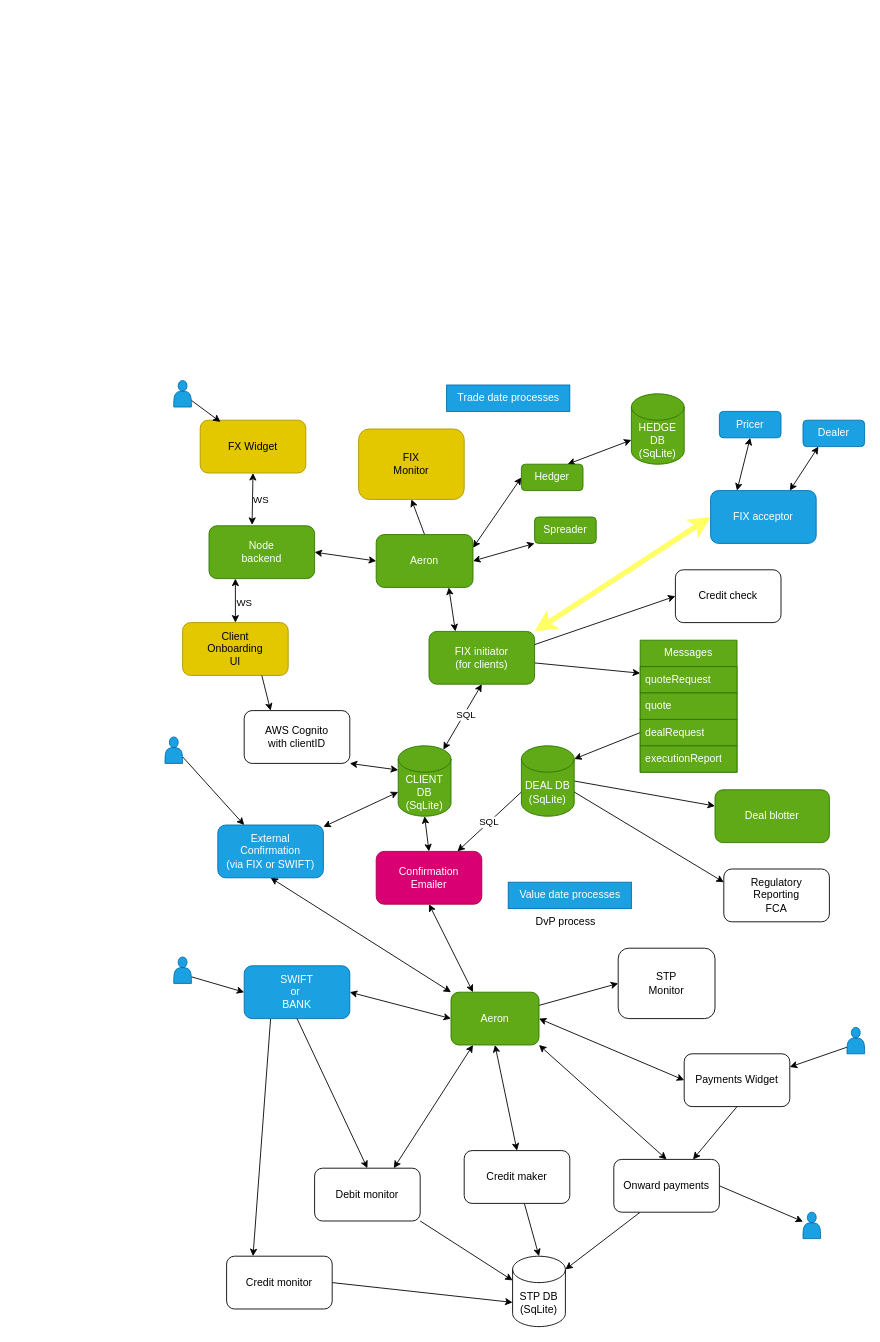
This is arch.drawio from rupweb/ws-front-end, a draw.io file, before an edit. Source tidied: cells renumbered, new cells numbered last; positions are measured from the earlier drawing's top-left corner, leaving out a move shared by most shapes. Both pictures are drawn from the tidied source at 88%, with x=0, y=0 at pixel (165, 380).
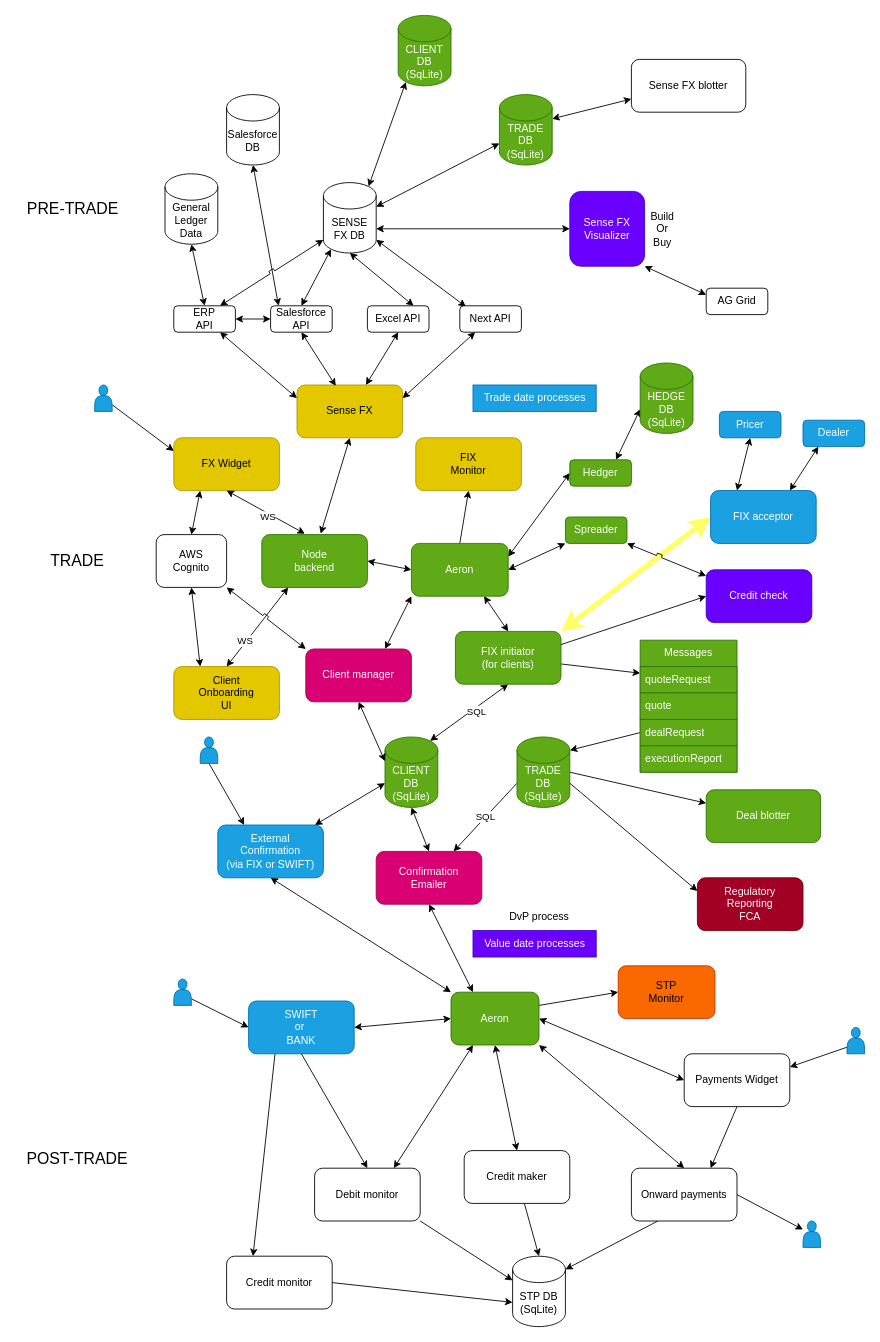
The same page after the edit.

Unchanged cells that the change refers to:
```xml
<mxCell id="73" style="endArrow=classic;startArrow=classic;html=1;entryX=0.5;entryY=0;entryDx=0;entryDy=0;exitX=0.25;exitY=1;exitDx=0;exitDy=0;" parent="1" edge="1" source="4" target="8">
  <mxGeometry relative="1" as="geometry" />
</mxCell>
<mxCell id="77" value="External&lt;br&gt;Confirmation&lt;br&gt;(via FIX or SWIFT)" style="rounded=1;whiteSpace=wrap;html=1;fillColor=#1ba1e2;fontColor=#ffffff;strokeColor=#006EAF;" parent="1" vertex="1">
  <mxGeometry x="60" y="505" width="120" height="60" as="geometry" />
</mxCell>
```

Diff of the diagram source:
```diff
@@
     <mxCell id="2" value="FX Widget" style="rounded=1;whiteSpace=wrap;html=1;fillColor=#e3c800;fontColor=#000000;strokeColor=#B09500;" parent="1" vertex="1">
-      <mxGeometry x="40" y="45" width="120" height="60" as="geometry" />
+      <mxGeometry x="10" y="65" width="120" height="60" as="geometry" />
     </mxCell>
@@
+    <mxCell id="89" style="edgeStyle=none;html=1;entryX=0.75;entryY=0;entryDx=0;entryDy=0;startArrow=classic;startFill=1;exitX=0;exitY=1;exitDx=0;exitDy=0;" parent="1" edge="1" source="12" target="88">
+      <mxGeometry relative="1" as="geometry" />
+    </mxCell>
     <mxCell id="4" value="Node&lt;br&gt;backend" style="rounded=1;whiteSpace=wrap;html=1;fillColor=#60a917;fontColor=#ffffff;strokeColor=#2D7600;" parent="1" vertex="1">
-      <mxGeometry x="50" y="165" width="120" height="60" as="geometry" />
+      <mxGeometry x="110" y="175" width="120" height="60" as="geometry" />
     </mxCell>
@@
     <mxCell id="8" value="Client&lt;br&gt;Onboarding&lt;br&gt;UI" style="rounded=1;whiteSpace=wrap;html=1;fillColor=#e3c800;fontColor=#000000;strokeColor=#B09500;" parent="1" vertex="1">
-      <mxGeometry x="20" y="275" width="120" height="60" as="geometry" />
+      <mxGeometry x="10" y="325" width="120" height="60" as="geometry" />
     </mxCell>
@@
-    <mxCell id="10" style="edgeStyle=none;html=1;exitX=0.75;exitY=1;exitDx=0;exitDy=0;entryX=0.25;entryY=0;entryDx=0;entryDy=0;startArrow=classic;startFill=1;" parent="1" edge="1" source="12" target="22">
+    <mxCell id="10" style="edgeStyle=none;html=1;exitX=0.75;exitY=1;exitDx=0;exitDy=0;entryX=0.5;entryY=0;entryDx=0;entryDy=0;startArrow=classic;startFill=1;" parent="1" edge="1" source="12" target="22">
       <mxGeometry relative="1" as="geometry" />
     </mxCell>
@@
     <mxCell id="12" value="Aeron" style="rounded=1;whiteSpace=wrap;html=1;strokeColor=#2D7600;fillColor=#60a917;fontColor=#ffffff;" parent="1" vertex="1">
-      <mxGeometry x="240" y="175" width="110" height="60" as="geometry" />
+      <mxGeometry x="280" y="185" width="110" height="60" as="geometry" />
     </mxCell>
     <mxCell id="13" value="CLIENT DB&lt;br&gt;(SqLite)" style="shape=cylinder3;whiteSpace=wrap;html=1;boundedLbl=1;backgroundOutline=1;size=15;fillColor=#60a917;fontColor=#ffffff;strokeColor=#2D7600;" parent="1" vertex="1">
-      <mxGeometry x="265" y="415" width="60" height="80" as="geometry" />
+      <mxGeometry x="250" y="405" width="60" height="80" as="geometry" />
     </mxCell>
     <mxCell id="14" value="FIX&lt;br&gt;Monitor" style="rounded=1;whiteSpace=wrap;html=1;fillColor=#e3c800;fontColor=#000000;strokeColor=#B09500;" parent="1" vertex="1">
-      <mxGeometry x="220" y="55" width="120" height="80" as="geometry" />
+      <mxGeometry x="285" y="65" width="120" height="60" as="geometry" />
     </mxCell>
-    <mxCell id="15" value="Credit check" style="rounded=1;whiteSpace=wrap;html=1;" parent="1" vertex="1">
-      <mxGeometry x="580" y="215" width="120" height="60" as="geometry" />
+    <mxCell id="15" value="Credit check" style="rounded=1;whiteSpace=wrap;html=1;fillColor=#6a00ff;fontColor=#ffffff;strokeColor=#3700CC;" parent="1" vertex="1">
+      <mxGeometry x="615" y="215" width="120" height="60" as="geometry" />
     </mxCell>
@@
     <mxCell id="19" value="Deal blotter" style="rounded=1;whiteSpace=wrap;html=1;fillColor=#60a917;fontColor=#ffffff;strokeColor=#2D7600;" parent="1" vertex="1">
-      <mxGeometry x="625" y="465" width="130" height="60" as="geometry" />
+      <mxGeometry x="615" y="465" width="130" height="60" as="geometry" />
     </mxCell>
@@
     <mxCell id="22" value="FIX initiator&lt;br&gt;(for clients)" style="rounded=1;whiteSpace=wrap;html=1;fillColor=#60a917;fontColor=#ffffff;strokeColor=#2D7600;" parent="1" vertex="1">
-      <mxGeometry x="300" y="285" width="120" height="60" as="geometry" />
+      <mxGeometry x="330" y="285" width="120" height="60" as="geometry" />
     </mxCell>
@@
     <mxCell id="28" value="Trade date processes" style="text;html=1;align=center;verticalAlign=middle;strokeColor=#006EAF;fillColor=#1ba1e2;fontColor=#ffffff;" parent="1" vertex="1">
-      <mxGeometry x="320" y="5" width="140" height="30" as="geometry" />
+      <mxGeometry x="350" y="5" width="140" height="30" as="geometry" />
     </mxCell>
-    <mxCell id="29" value="Value date processes" style="text;html=1;align=center;verticalAlign=middle;strokeColor=#006EAF;fillColor=#1ba1e2;fontColor=#ffffff;" parent="1" vertex="1">
-      <mxGeometry x="390" y="570" width="140" height="30" as="geometry" />
+    <mxCell id="29" value="Value date processes" style="text;html=1;align=center;verticalAlign=middle;strokeColor=#3700CC;fillColor=#6a00ff;fontColor=#ffffff;" parent="1" vertex="1">
+      <mxGeometry x="350" y="625" width="140" height="30" as="geometry" />
     </mxCell>
@@
     <mxCell id="33" value="SWIFT&lt;br&gt;or&amp;nbsp;&lt;br&gt;BANK" style="rounded=1;whiteSpace=wrap;html=1;fillColor=#1ba1e2;fontColor=#ffffff;strokeColor=#006EAF;" parent="1" vertex="1">
-      <mxGeometry x="90" y="665" width="120" height="60" as="geometry" />
+      <mxGeometry x="95" y="705" width="120" height="60" as="geometry" />
     </mxCell>
@@
-    <mxCell id="40" value="STP&lt;br&gt;Monitor" style="rounded=1;whiteSpace=wrap;html=1;" parent="1" vertex="1">
-      <mxGeometry x="515" y="645" width="110" height="80" as="geometry" />
+    <mxCell id="40" value="STP&lt;br&gt;Monitor" style="rounded=1;whiteSpace=wrap;html=1;fillColor=#fa6800;fontColor=#000000;strokeColor=#C73500;" parent="1" vertex="1">
+      <mxGeometry x="515" y="665" width="110" height="60" as="geometry" />
     </mxCell>
@@
     <mxCell id="46" value="DvP process" style="text;html=1;align=center;verticalAlign=middle;strokeColor=none;fillColor=none;" parent="1" vertex="1">
-      <mxGeometry x="410" y="600" width="90" height="30" as="geometry" />
+      <mxGeometry x="380" y="595" width="90" height="30" as="geometry" />
     </mxCell>
-    <mxCell id="47" value="Regulatory&lt;br&gt;Reporting&lt;br&gt;FCA" style="rounded=1;whiteSpace=wrap;html=1;" parent="1" vertex="1">
-      <mxGeometry x="635" y="555" width="120" height="60" as="geometry" />
+    <mxCell id="47" value="Regulatory&lt;br&gt;Reporting&lt;br&gt;FCA" style="rounded=1;whiteSpace=wrap;html=1;fillColor=#a20025;fontColor=#ffffff;strokeColor=#6F0000;" parent="1" vertex="1">
+      <mxGeometry x="605" y="565" width="120" height="60" as="geometry" />
     </mxCell>
@@
-    <mxCell id="49" value="DEAL DB&lt;br&gt;(SqLite)" style="shape=cylinder3;whiteSpace=wrap;html=1;boundedLbl=1;backgroundOutline=1;size=15;fillColor=#60a917;fontColor=#ffffff;strokeColor=#2D7600;" parent="1" vertex="1">
-      <mxGeometry x="405" y="415" width="60" height="80" as="geometry" />
+    <mxCell id="49" value="TRADE DB&lt;br&gt;(SqLite)" style="shape=cylinder3;whiteSpace=wrap;html=1;boundedLbl=1;backgroundOutline=1;size=15;fillColor=#60a917;fontColor=#ffffff;strokeColor=#2D7600;" parent="1" vertex="1">
+      <mxGeometry x="400" y="405" width="60" height="80" as="geometry" />
     </mxCell>
@@
+    <mxCell id="90" style="edgeStyle=none;jumpStyle=sharp;html=1;exitX=1;exitY=1;exitDx=0;exitDy=0;entryX=0;entryY=0.117;entryDx=0;entryDy=0;entryPerimeter=0;startArrow=classic;startFill=1;" parent="1" edge="1" source="51" target="15">
+      <mxGeometry relative="1" as="geometry" />
+    </mxCell>
     <mxCell id="51" value="Spreader" style="rounded=1;whiteSpace=wrap;html=1;fillColor=#60a917;fontColor=#ffffff;strokeColor=#2D7600;" parent="1" vertex="1">
-      <mxGeometry x="420" y="155" width="70" height="30" as="geometry" />
+      <mxGeometry x="455" y="155" width="70" height="30" as="geometry" />
     </mxCell>
@@
     <mxCell id="54" value="Hedger" style="rounded=1;whiteSpace=wrap;html=1;fillColor=#60a917;fontColor=#ffffff;strokeColor=#2D7600;" parent="1" vertex="1">
-      <mxGeometry x="405" y="95" width="70" height="30" as="geometry" />
+      <mxGeometry x="460" y="90" width="70" height="30" as="geometry" />
     </mxCell>
     <mxCell id="55" value="HEDGE DB&lt;br&gt;(SqLite)" style="shape=cylinder3;whiteSpace=wrap;html=1;boundedLbl=1;backgroundOutline=1;size=15;fillColor=#60a917;fontColor=#ffffff;strokeColor=#2D7600;" parent="1" vertex="1">
-      <mxGeometry x="530" y="15" width="60" height="80" as="geometry" />
+      <mxGeometry x="540" y="-20" width="60" height="80" as="geometry" />
     </mxCell>
@@
     <mxCell id="60" style="shape=actor;whiteSpace=wrap;html=1;fillColor=#1ba1e2;fontColor=#ffffff;strokeColor=#006EAF;" parent="1" vertex="1">
-      <mxGeometry x="10" y="655" width="20" height="30" as="geometry" />
+      <mxGeometry x="10" y="680" width="20" height="30" as="geometry" />
     </mxCell>
-    <mxCell id="61" style="edgeStyle=none;html=1;exitX=1;exitY=0.75;exitDx=0;exitDy=0;entryX=0.192;entryY=0.033;entryDx=0;entryDy=0;startArrow=none;startFill=0;entryPerimeter=0;" parent="1" edge="1" source="62" target="2">
+    <mxCell id="61" style="edgeStyle=none;html=1;exitX=1;exitY=0.75;exitDx=0;exitDy=0;entryX=0;entryY=0.25;entryDx=0;entryDy=0;startArrow=none;startFill=0;" parent="1" edge="1" source="62" target="2">
       <mxGeometry relative="1" as="geometry" />
     </mxCell>
     <mxCell id="62" style="shape=actor;whiteSpace=wrap;html=1;fillColor=#1ba1e2;fontColor=#ffffff;strokeColor=#006EAF;" parent="1" vertex="1">
-      <mxGeometry x="10" width="20" height="30" as="geometry" />
+      <mxGeometry x="-80" y="5" width="20" height="30" as="geometry" />
     </mxCell>
@@
     <mxCell id="66" value="Onward payments" style="rounded=1;whiteSpace=wrap;html=1;" parent="1" vertex="1">
-      <mxGeometry x="510" y="885" width="120" height="60" as="geometry" />
+      <mxGeometry x="530" y="895" width="120" height="60" as="geometry" />
     </mxCell>
@@
     <mxCell id="72" style="shape=actor;whiteSpace=wrap;html=1;fillColor=#1ba1e2;fontColor=#ffffff;strokeColor=#006EAF;" parent="1" vertex="1">
-      <mxGeometry x="725" y="945" width="20" height="30" as="geometry" />
+      <mxGeometry x="725" y="955" width="20" height="30" as="geometry" />
     </mxCell>
@@
     <mxCell id="74" value="WS" style="edgeLabel;html=1;align=center;verticalAlign=middle;" parent="73" vertex="1">
       <mxGeometry x="-0.2" y="-3" relative="1" as="geometry">
-        <mxPoint x="12" y="7" as="offset" />
+        <mxPoint x="-19" y="26" as="offset" />
       </mxGeometry>
     </mxCell>
@@
-    <mxCell id="78" style="edgeStyle=none;html=1;exitX=1;exitY=0.75;exitDx=0;exitDy=0;entryX=0.25;entryY=0;entryDx=0;entryDy=0;fontColor=#000000;startArrow=none;startFill=0;" parent="1" edge="1" source="79" target="77">
+    <mxCell id="78" style="edgeStyle=none;html=1;exitX=0.5;exitY=1;exitDx=0;exitDy=0;entryX=0.25;entryY=0;entryDx=0;entryDy=0;fontColor=#000000;startArrow=none;startFill=0;" parent="1" edge="1" source="79" target="77">
       <mxGeometry relative="1" as="geometry" />
     </mxCell>
     <mxCell id="79" style="shape=actor;whiteSpace=wrap;html=1;fillColor=#1ba1e2;fontColor=#ffffff;strokeColor=#006EAF;" parent="1" vertex="1">
-      <mxGeometry y="405" width="20" height="30" as="geometry" />
+      <mxGeometry x="40" y="405" width="20" height="30" as="geometry" />
     </mxCell>
@@
-    <mxCell id="86" style="edgeStyle=none;html=1;exitX=0.75;exitY=1;exitDx=0;exitDy=0;entryX=0.25;entryY=0;entryDx=0;entryDy=0;fontColor=#000000;startArrow=none;startFill=0;endArrow=classic;endFill=1;" parent="1" edge="1" source="8" target="88">
-      <mxGeometry relative="1" as="geometry" />
-    </mxCell>
-    <mxCell id="87" style="edgeStyle=none;html=1;exitX=1;exitY=1;exitDx=0;exitDy=0;entryX=0;entryY=0;entryDx=0;entryDy=27.5;entryPerimeter=0;fontColor=#FFFFFF;startArrow=classic;startFill=1;endArrow=classic;endFill=1;" parent="1" edge="1" source="88" target="13">
+    <mxCell id="87" style="edgeStyle=none;html=1;exitX=0.5;exitY=1;exitDx=0;exitDy=0;entryX=0;entryY=0;entryDx=0;entryDy=27.5;entryPerimeter=0;fontColor=#FFFFFF;startArrow=classic;startFill=1;endArrow=classic;endFill=1;" parent="1" edge="1" source="88" target="13">
       <mxGeometry relative="1" as="geometry" />
     </mxCell>
+    <mxCell id="91" style="edgeStyle=none;html=1;exitX=0;exitY=0;exitDx=0;exitDy=0;entryX=1;entryY=1;entryDx=0;entryDy=0;startArrow=classic;startFill=1;jumpStyle=sharp;" parent="1" edge="1" source="88" target="94">
+      <mxGeometry relative="1" as="geometry" />
+    </mxCell>
-    <mxCell id="88" value="AWS Cognito&lt;br&gt;with clientID" style="rounded=1;whiteSpace=wrap;html=1;" parent="1" vertex="1">
-      <mxGeometry x="90" y="375" width="120" height="60" as="geometry" />
+    <mxCell id="88" value="Client manager" style="rounded=1;whiteSpace=wrap;html=1;fillColor=#d80073;fontColor=#ffffff;strokeColor=#A50040;" parent="1" vertex="1">
+      <mxGeometry x="160" y="305" width="120" height="60" as="geometry" />
     </mxCell>
+    <mxCell id="92" style="edgeStyle=none;html=1;exitX=0.5;exitY=0;exitDx=0;exitDy=0;entryX=0.25;entryY=1;entryDx=0;entryDy=0;startArrow=classic;startFill=1;" parent="1" edge="1" source="94" target="2">
+      <mxGeometry relative="1" as="geometry" />
+    </mxCell>
+    <mxCell id="93" style="edgeStyle=none;html=1;exitX=0.5;exitY=1;exitDx=0;exitDy=0;entryX=0.25;entryY=0;entryDx=0;entryDy=0;startArrow=classic;startFill=1;" parent="1" edge="1" source="94" target="8">
+      <mxGeometry relative="1" as="geometry" />
+    </mxCell>
+    <mxCell id="94" value="AWS&lt;br&gt;Cognito" style="rounded=1;whiteSpace=wrap;html=1;" parent="1" vertex="1">
+      <mxGeometry x="-10" y="175" width="80" height="60" as="geometry" />
+    </mxCell>
+    <mxCell id="95" style="edgeStyle=none;jumpStyle=sharp;html=1;exitX=0.5;exitY=1;exitDx=0;exitDy=0;entryX=0.558;entryY=-0.017;entryDx=0;entryDy=0;entryPerimeter=0;startArrow=classic;startFill=1;" parent="1" edge="1" source="96" target="4">
+      <mxGeometry relative="1" as="geometry" />
+    </mxCell>
+    <mxCell id="96" value="Sense FX" style="rounded=1;whiteSpace=wrap;html=1;fillColor=#e3c800;fontColor=#000000;strokeColor=#B09500;" parent="1" vertex="1">
+      <mxGeometry x="150" y="5" width="120" height="60" as="geometry" />
+    </mxCell>
+    <mxCell id="97" style="edgeStyle=none;jumpStyle=sharp;html=1;exitX=0.75;exitY=0;exitDx=0;exitDy=0;entryX=0.5;entryY=1;entryDx=0;entryDy=0;entryPerimeter=0;startArrow=classic;startFill=1;" parent="1" edge="1" source="99" target="106">
+      <mxGeometry relative="1" as="geometry" />
+    </mxCell>
+    <mxCell id="98" style="edgeStyle=none;jumpStyle=sharp;html=1;exitX=0.5;exitY=1;exitDx=0;exitDy=0;startArrow=classic;startFill=1;" parent="1" edge="1" source="99" target="96">
+      <mxGeometry relative="1" as="geometry" />
+    </mxCell>
+    <mxCell id="99" value="Excel API" style="rounded=1;whiteSpace=wrap;html=1;" parent="1" vertex="1">
+      <mxGeometry x="230" y="-85" width="70" height="30" as="geometry" />
+    </mxCell>
+    <mxCell id="100" style="edgeStyle=none;jumpStyle=sharp;html=1;exitX=0.5;exitY=0;exitDx=0;exitDy=0;entryX=0.145;entryY=1;entryDx=0;entryDy=-4.35;entryPerimeter=0;startArrow=classic;startFill=1;" parent="1" edge="1" source="103" target="106">
+      <mxGeometry relative="1" as="geometry" />
+    </mxCell>
+    <mxCell id="101" style="edgeStyle=none;jumpStyle=sharp;html=1;exitX=0.5;exitY=1;exitDx=0;exitDy=0;entryX=0.367;entryY=0.017;entryDx=0;entryDy=0;entryPerimeter=0;startArrow=classic;startFill=1;" parent="1" edge="1" source="103" target="96">
+      <mxGeometry relative="1" as="geometry" />
+    </mxCell>
+    <mxCell id="102" style="edgeStyle=none;jumpStyle=sharp;html=1;startArrow=classic;startFill=1;" parent="1" edge="1" source="103" target="118">
+      <mxGeometry relative="1" as="geometry" />
+    </mxCell>
+    <mxCell id="103" value="Salesforce API" style="rounded=1;whiteSpace=wrap;html=1;" parent="1" vertex="1">
+      <mxGeometry x="120" y="-85" width="70" height="30" as="geometry" />
+    </mxCell>
+    <mxCell id="104" style="edgeStyle=none;jumpStyle=sharp;html=1;exitX=1;exitY=0;exitDx=0;exitDy=27.5;exitPerimeter=0;startArrow=classic;startFill=1;" parent="1" edge="1" source="106" target="115">
+      <mxGeometry relative="1" as="geometry" />
+    </mxCell>
+    <mxCell id="105" style="edgeStyle=none;jumpStyle=sharp;html=1;exitX=1;exitY=1;exitDx=0;exitDy=-15;exitPerimeter=0;entryX=0.1;entryY=0.033;entryDx=0;entryDy=0;entryPerimeter=0;startArrow=classic;startFill=1;" parent="1" edge="1" source="106" target="120">
+      <mxGeometry relative="1" as="geometry" />
+    </mxCell>
+    <mxCell id="106" value="SENSE&lt;br&gt;FX DB" style="shape=cylinder3;whiteSpace=wrap;html=1;boundedLbl=1;backgroundOutline=1;size=15;" parent="1" vertex="1">
+      <mxGeometry x="180" y="-225" width="60" height="80" as="geometry" />
+    </mxCell>
+    <mxCell id="107" style="edgeStyle=none;jumpStyle=sharp;html=1;exitX=0.5;exitY=1;exitDx=0;exitDy=0;exitPerimeter=0;entryX=0.129;entryY=0;entryDx=0;entryDy=0;entryPerimeter=0;startArrow=classic;startFill=1;" parent="1" edge="1" source="108" target="103">
+      <mxGeometry relative="1" as="geometry" />
+    </mxCell>
+    <mxCell id="108" value="Salesforce&lt;br&gt;DB" style="shape=cylinder3;whiteSpace=wrap;html=1;boundedLbl=1;backgroundOutline=1;size=15;" parent="1" vertex="1">
+      <mxGeometry x="70" y="-325" width="60" height="80" as="geometry" />
+    </mxCell>
+    <mxCell id="109" style="edgeStyle=none;jumpStyle=sharp;html=1;exitX=0;exitY=0.5;exitDx=0;exitDy=0;entryX=1;entryY=0;entryDx=0;entryDy=52.5;entryPerimeter=0;startArrow=classic;startFill=1;" parent="1" edge="1" source="110" target="106">
+      <mxGeometry relative="1" as="geometry" />
+    </mxCell>
+    <mxCell id="110" value="Sense FX&lt;br&gt;Visualizer" style="rounded=1;whiteSpace=wrap;html=1;fillColor=#6a00ff;fontColor=#ffffff;strokeColor=#3700CC;" parent="1" vertex="1">
+      <mxGeometry x="460" y="-215" width="85" height="85" as="geometry" />
+    </mxCell>
+    <mxCell id="111" value="Sense FX blotter" style="rounded=1;whiteSpace=wrap;html=1;" parent="1" vertex="1">
+      <mxGeometry x="530" y="-365" width="130" height="60" as="geometry" />
+    </mxCell>
+    <mxCell id="112" style="edgeStyle=none;jumpStyle=sharp;html=1;exitX=0.145;exitY=1;exitDx=0;exitDy=-4.35;exitPerimeter=0;entryX=0.855;entryY=0;entryDx=0;entryDy=4.35;entryPerimeter=0;startArrow=classic;startFill=1;" parent="1" edge="1" source="113" target="106">
+      <mxGeometry relative="1" as="geometry" />
+    </mxCell>
+    <mxCell id="113" value="CLIENT DB&lt;br&gt;(SqLite)" style="shape=cylinder3;whiteSpace=wrap;html=1;boundedLbl=1;backgroundOutline=1;size=15;fillColor=#60a917;fontColor=#ffffff;strokeColor=#2D7600;" parent="1" vertex="1">
+      <mxGeometry x="265" y="-415" width="60" height="80" as="geometry" />
+    </mxCell>
+    <mxCell id="114" style="edgeStyle=none;jumpStyle=sharp;html=1;exitX=1;exitY=0;exitDx=0;exitDy=27.5;exitPerimeter=0;startArrow=classic;startFill=1;entryX=0;entryY=0.75;entryDx=0;entryDy=0;" parent="1" edge="1" source="115" target="111">
+      <mxGeometry relative="1" as="geometry" />
+    </mxCell>
+    <mxCell id="115" value="TRADE DB&lt;br&gt;(SqLite)" style="shape=cylinder3;whiteSpace=wrap;html=1;boundedLbl=1;backgroundOutline=1;size=15;fillColor=#60a917;fontColor=#ffffff;strokeColor=#2D7600;" parent="1" vertex="1">
+      <mxGeometry x="380" y="-325" width="60" height="80" as="geometry" />
+    </mxCell>
+    <mxCell id="116" style="edgeStyle=none;jumpStyle=sharp;html=1;exitX=0.75;exitY=0;exitDx=0;exitDy=0;entryX=0;entryY=1;entryDx=0;entryDy=-15;entryPerimeter=0;startArrow=classic;startFill=1;" parent="1" edge="1" source="118" target="106">
+      <mxGeometry relative="1" as="geometry" />
+    </mxCell>
+    <mxCell id="117" style="edgeStyle=none;jumpStyle=sharp;html=1;exitX=0.75;exitY=1;exitDx=0;exitDy=0;entryX=0;entryY=0.25;entryDx=0;entryDy=0;startArrow=classic;startFill=1;" parent="1" edge="1" source="118" target="96">
+      <mxGeometry relative="1" as="geometry" />
+    </mxCell>
+    <mxCell id="118" value="ERP&lt;br&gt;API" style="rounded=1;whiteSpace=wrap;html=1;" parent="1" vertex="1">
+      <mxGeometry x="10" y="-85" width="70" height="30" as="geometry" />
+    </mxCell>
+    <mxCell id="119" style="edgeStyle=none;jumpStyle=sharp;html=1;exitX=0.25;exitY=1;exitDx=0;exitDy=0;entryX=1;entryY=0.25;entryDx=0;entryDy=0;startArrow=classic;startFill=1;" parent="1" edge="1" source="120" target="96">
+      <mxGeometry relative="1" as="geometry" />
+    </mxCell>
+    <mxCell id="120" value="Next API" style="rounded=1;whiteSpace=wrap;html=1;" parent="1" vertex="1">
+      <mxGeometry x="335" y="-85" width="70" height="30" as="geometry" />
+    </mxCell>
+    <mxCell id="121" style="edgeStyle=none;jumpStyle=sharp;html=1;exitX=0.5;exitY=1;exitDx=0;exitDy=0;exitPerimeter=0;entryX=0.5;entryY=0;entryDx=0;entryDy=0;startArrow=classic;startFill=1;" parent="1" edge="1" source="122" target="118">
+      <mxGeometry relative="1" as="geometry" />
+    </mxCell>
+    <mxCell id="122" value="General&lt;br&gt;Ledger&lt;br&gt;Data" style="shape=cylinder3;whiteSpace=wrap;html=1;boundedLbl=1;backgroundOutline=1;size=15;" parent="1" vertex="1">
+      <mxGeometry y="-235" width="60" height="80" as="geometry" />
+    </mxCell>
+    <mxCell id="123" value="Build&lt;br&gt;Or&lt;br&gt;Buy" style="text;html=1;align=center;verticalAlign=middle;strokeColor=none;fillColor=none;" parent="1" vertex="1">
+      <mxGeometry x="540" y="-202.5" width="50" height="60" as="geometry" />
+    </mxCell>
+    <mxCell id="124" value="PRE-TRADE" style="text;html=1;align=center;verticalAlign=middle;strokeColor=none;fillColor=none;fontSize=18;" parent="1" vertex="1">
+      <mxGeometry x="-170" y="-215" width="130" height="40" as="geometry" />
+    </mxCell>
+    <mxCell id="125" style="edgeStyle=none;jumpStyle=sharp;html=1;exitX=0;exitY=0.25;exitDx=0;exitDy=0;entryX=1;entryY=1;entryDx=0;entryDy=0;startArrow=classic;startFill=1;" parent="1" edge="1" source="126" target="110">
+      <mxGeometry relative="1" as="geometry" />
+    </mxCell>
+    <mxCell id="126" value="AG Grid" style="rounded=1;whiteSpace=wrap;html=1;" parent="1" vertex="1">
+      <mxGeometry x="615" y="-105" width="70" height="30" as="geometry" />
+    </mxCell>
+    <mxCell id="127" value="TRADE" style="text;html=1;align=center;verticalAlign=middle;strokeColor=none;fillColor=none;fontSize=18;" parent="1" vertex="1">
+      <mxGeometry x="-140" y="185" width="80" height="40" as="geometry" />
+    </mxCell>
+    <mxCell id="128" value="POST-TRADE" style="text;html=1;align=center;verticalAlign=middle;strokeColor=none;fillColor=none;fontSize=18;" parent="1" vertex="1">
+      <mxGeometry x="-170" y="865" width="140" height="40" as="geometry" />
+    </mxCell>
```
